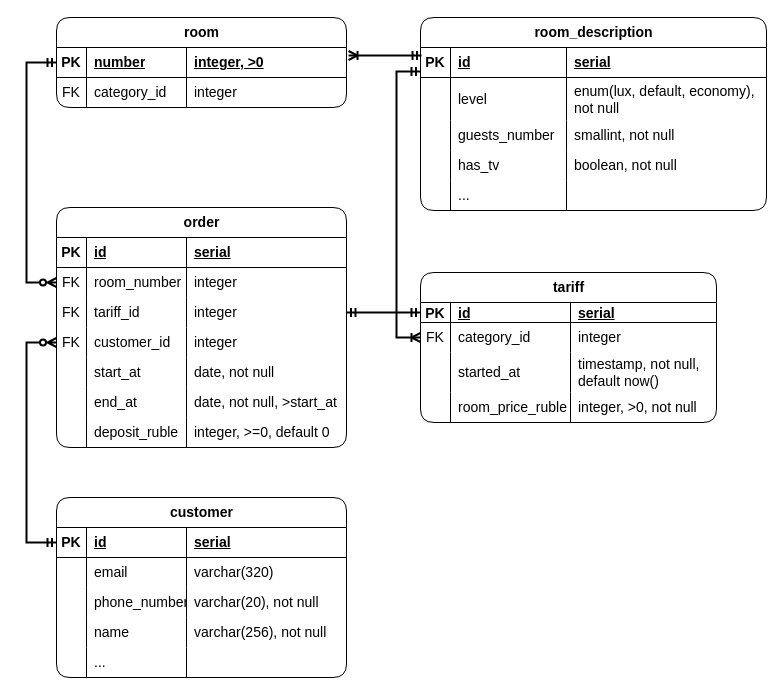
Above: img/erd.drawio in dmitrygulevich2000/mipt-db (draw.io), before the change. Source tidied: cells renumbered, new cells numbered last; positions are measured from the earlier drawing's top-left corner, leaving out a move shared by most shapes. Both pictures are drawn from the tidied source at 100%, with x=0, y=0 at pixel (26, 17).
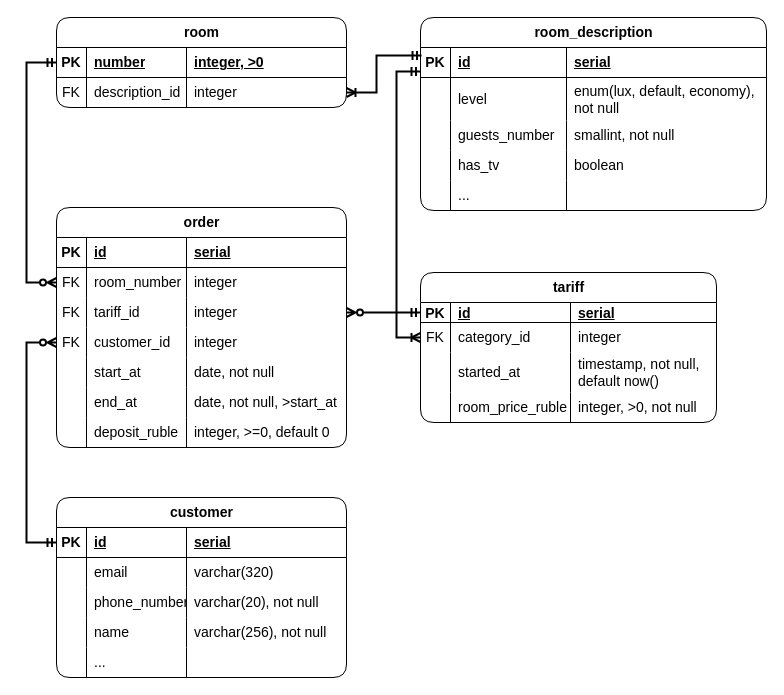
The same page after the edit.

Unchanged cells that the change refers to:
```xml
<mxCell id="3" style="shape=tableRow;horizontal=0;startSize=0;swimlaneHead=0;swimlaneBody=0;fillColor=none;points=[[0,0.5],[1,0.5]];portConstraint=eastwest;top=0;left=0;right=0;bottom=1;fontSize=14;" parent="2" vertex="1">
  <mxGeometry y="30" width="290" height="30" as="geometry" />
</mxCell>
<mxCell id="7" style="shape=tableRow;horizontal=0;startSize=0;swimlaneHead=0;swimlaneBody=0;fillColor=none;points=[[0,0.5],[1,0.5]];portConstraint=eastwest;top=0;left=0;right=0;bottom=0;fontSize=14;" parent="2" vertex="1">
  <mxGeometry y="60" width="290" height="30" as="geometry" />
</mxCell>
<mxCell id="12" style="shape=tableRow;horizontal=0;startSize=0;swimlaneHead=0;swimlaneBody=0;fillColor=none;points=[[0,0.5],[1,0.5]];portConstraint=eastwest;top=0;left=0;right=0;bottom=1;fontSize=14;" parent="11" vertex="1">
  <mxGeometry y="30" width="346" height="30" as="geometry" />
</mxCell>
<mxCell id="24" style="shape=tableRow;horizontal=0;startSize=0;swimlaneHead=0;swimlaneBody=0;fillColor=none;top=0;left=0;right=0;bottom=0;fontSize=14;" parent="11" vertex="1">
  <mxGeometry y="133" width="346" height="30" as="geometry" />
</mxCell>
<mxCell id="41" style="shape=tableRow;horizontal=0;startSize=0;swimlaneHead=0;swimlaneBody=0;fillColor=none;points=[[0,0.5],[1,0.5]];portConstraint=eastwest;top=0;left=0;right=0;bottom=0;fontSize=14;" parent="32" vertex="1">
  <mxGeometry y="90" width="290" height="30" as="geometry" />
</mxCell>
<mxCell id="62" style="shape=tableRow;horizontal=0;startSize=0;swimlaneHead=0;swimlaneBody=0;fillColor=none;points=[[0,0.5],[1,0.5]];portConstraint=eastwest;top=0;left=0;right=0;bottom=1;fontSize=14;" parent="61" vertex="1">
  <mxGeometry y="30" width="296" height="20" as="geometry" />
</mxCell>
```

Diff of the diagram source:
```diff
@@
-    <mxCell id="9" value="category_id" style="shape=partialRectangle;fillColor=none;top=0;left=0;bottom=0;right=0;align=left;spacingLeft=6;overflow=hidden;whiteSpace=wrap;html=1;fontSize=14;" parent="7" vertex="1">
+    <mxCell id="9" value="description_id" style="shape=partialRectangle;fillColor=none;top=0;left=0;bottom=0;right=0;align=left;spacingLeft=6;overflow=hidden;whiteSpace=wrap;html=1;fontSize=14;" parent="7" vertex="1">
       <mxGeometry x="30" width="100" height="30" as="geometry" />
     </mxCell>
@@
-    <mxCell id="27" value="boolean, not null" style="shape=partialRectangle;fillColor=none;top=0;left=0;bottom=0;right=0;align=left;spacingLeft=6;overflow=hidden;whiteSpace=wrap;html=1;fontSize=14;" parent="24" vertex="1">
+    <mxCell id="27" value="boolean" style="shape=partialRectangle;fillColor=none;top=0;left=0;bottom=0;right=0;align=left;spacingLeft=6;overflow=hidden;whiteSpace=wrap;html=1;fontSize=14;" parent="24" vertex="1">
       <mxGeometry x="146" width="200" height="30" as="geometry" />
     </mxCell>
@@
-    <mxCell id="101" style="edgeStyle=orthogonalEdgeStyle;rounded=0;jettySize=auto;html=1;entryX=0.003;entryY=0.267;entryDx=0;entryDy=0;startArrow=ERoneToMany;startFill=0;endArrow=ERmandOne;endFill=0;strokeWidth=2;fontSize=14;entryPerimeter=0;exitX=1.007;exitY=0.267;exitDx=0;exitDy=0;exitPerimeter=0;" parent="1" edge="1" source="3" target="12">
-      <mxGeometry relative="1" as="geometry" />
+    <mxCell id="101" style="edgeStyle=orthogonalEdgeStyle;rounded=0;jettySize=auto;html=1;entryX=0.003;entryY=0.267;entryDx=0;entryDy=0;startArrow=ERoneToMany;startFill=0;endArrow=ERmandOne;endFill=0;strokeWidth=2;fontSize=14;entryPerimeter=0;exitX=1;exitY=0.5;exitDx=0;exitDy=0;" parent="1" edge="1" source="7" target="12">
+      <mxGeometry relative="1" as="geometry">
+        <Array as="points">
+          <mxPoint x="350" y="75" />
+          <mxPoint x="350" y="38" />
+        </Array>
+      </mxGeometry>
     </mxCell>
-    <mxCell id="102" style="edgeStyle=orthogonalEdgeStyle;rounded=0;jettySize=auto;html=1;exitX=0;exitY=0.5;exitDx=0;exitDy=0;entryX=1;entryY=0.5;entryDx=0;entryDy=0;startArrow=ERmandOne;startFill=0;endArrow=ERmandOne;endFill=0;strokeWidth=2;fontSize=14;" parent="1" edge="1" source="62" target="41">
+    <mxCell id="102" style="edgeStyle=orthogonalEdgeStyle;rounded=0;jettySize=auto;html=1;exitX=0;exitY=0.5;exitDx=0;exitDy=0;entryX=1;entryY=0.5;entryDx=0;entryDy=0;startArrow=ERmandOne;startFill=0;endArrow=ERzeroToMany;endFill=0;strokeWidth=2;fontSize=14;" parent="1" edge="1" source="62" target="41">
       <mxGeometry relative="1" as="geometry" />
     </mxCell>
```
